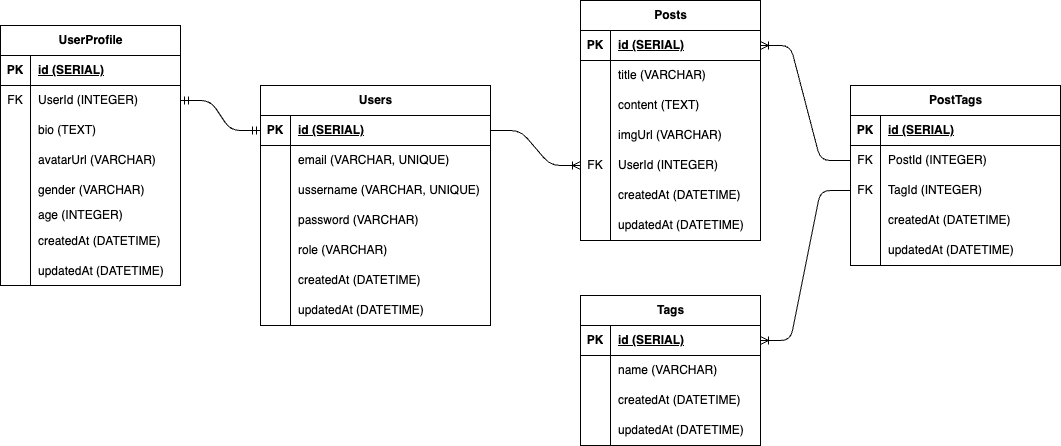
Before: SocialMedia.drawio.png, a diagram exported from draw.io (CanSaragih/SocialMedia-Instagram). Source tidied: cells renumbered, new cells last; positions are measured from the earlier drawing's top-left corner, leaving out a move shared by most shapes.
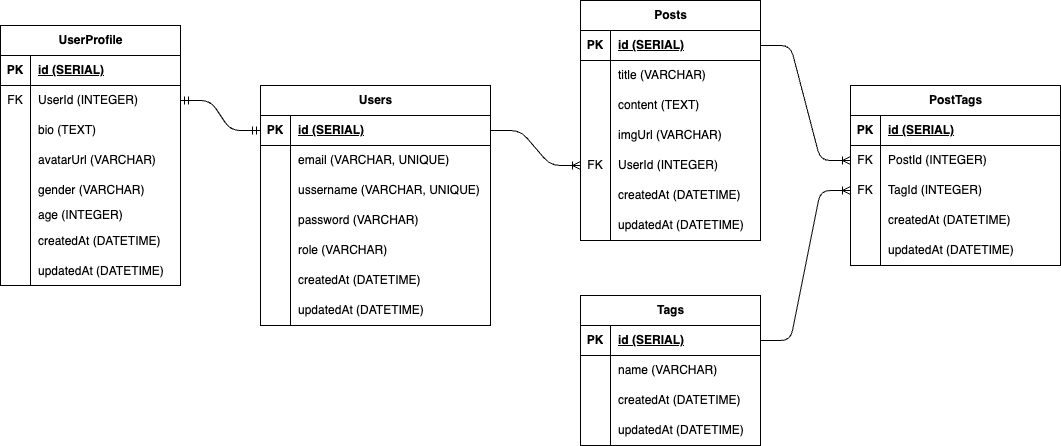
Above is the later version.

Change to the diagram source:
```diff
@@ -302,11 +302,11 @@
     <mxCell id="101" style="edgeStyle=entityRelationEdgeStyle;fontSize=12;html=1;endArrow=ERoneToMany;" parent="1" edge="1" source="3" target="63">
       <mxGeometry relative="1" as="geometry" />
     </mxCell>
-    <mxCell id="102" style="edgeStyle=entityRelationEdgeStyle;fontSize=12;html=1;endArrow=ERoneToMany;" parent="1" edge="1" source="92" target="73">
-      <mxGeometry relative="1" as="geometry" />
-    </mxCell>
-    <mxCell id="103" style="edgeStyle=entityRelationEdgeStyle;fontSize=12;html=1;endArrow=ERoneToMany;" parent="1" edge="1" source="89" target="51">
-      <mxGeometry relative="1" as="geometry" />
-    </mxCell>
+    <mxCell id="104" style="edgeStyle=entityRelationEdgeStyle;fontSize=12;html=1;endArrow=ERoneToMany;" parent="1" edge="1" source="51" target="89">
+      <mxGeometry relative="1" as="geometry" />
+    </mxCell>
+    <mxCell id="105" style="edgeStyle=entityRelationEdgeStyle;fontSize=12;html=1;endArrow=ERoneToMany;" parent="1" edge="1" source="73" target="92">
+      <mxGeometry relative="1" as="geometry" />
+    </mxCell>
   </root>
 </mxGraphModel>
```
